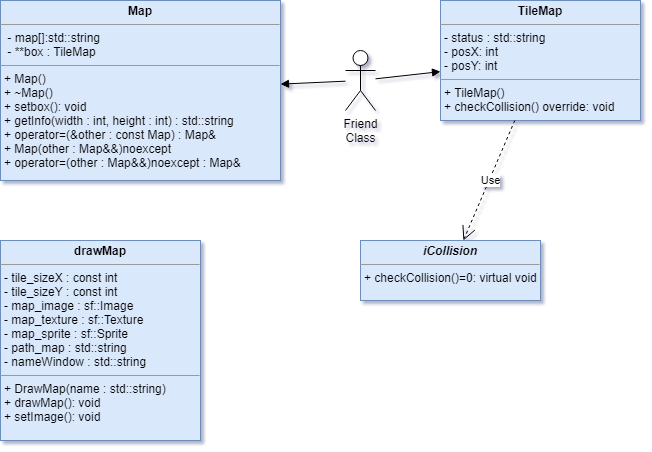
Before: Untitled Diagram.drawio.png, a diagram exported from draw.io (BrodyWar/decqoort). Source tidied: cells renumbered, new cells last; positions are measured from the earlier drawing's top-left corner, leaving out a move shared by most shapes.
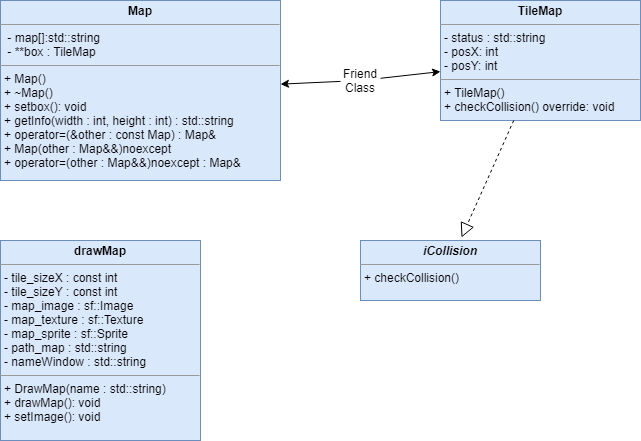
After the change.

The edit, as a diff of the source:
```diff
@@ -1,11 +1,11 @@
-<mxGraphModel shadow="1">
+<mxGraphModel>
   <root>
     <mxCell id="0" />
     <mxCell id="1" parent="0" />
     <mxCell id="2" value="&lt;p style=&quot;margin: 0px ; margin-top: 4px ; text-align: center&quot;&gt;&lt;b&gt;Map&lt;/b&gt;&lt;/p&gt;&lt;hr size=&quot;1&quot;&gt;&lt;p style=&quot;margin: 0px ; margin-left: 4px&quot;&gt;&lt;span&gt;&amp;nbsp;- map[]:std::string&lt;/span&gt;&lt;/p&gt;&lt;p style=&quot;margin: 0px ; margin-left: 4px&quot;&gt;&lt;span&gt;&amp;nbsp;- **box : TileMap&lt;/span&gt;&lt;br&gt;&lt;/p&gt;&lt;hr size=&quot;1&quot;&gt;&lt;p style=&quot;margin: 0px ; margin-left: 4px&quot;&gt;+ Map()&lt;/p&gt;&lt;p style=&quot;margin: 0px ; margin-left: 4px&quot;&gt;+ ~Map()&lt;/p&gt;&lt;p style=&quot;margin: 0px ; margin-left: 4px&quot;&gt;+ setbox(): void&lt;/p&gt;&lt;p style=&quot;margin: 0px ; margin-left: 4px&quot;&gt;+ getInfo(width : int, height : int) : std::string&lt;/p&gt;&lt;p style=&quot;margin: 0px ; margin-left: 4px&quot;&gt;+ operator=(&amp;amp;other : const Map) : Map&amp;amp;&lt;/p&gt;&lt;p style=&quot;margin: 0px ; margin-left: 4px&quot;&gt;+ Map(other : Map&amp;amp;&amp;amp;)noexcept&lt;/p&gt;&lt;p style=&quot;margin: 0px ; margin-left: 4px&quot;&gt;+ operator=(other : Map&amp;amp;&amp;amp;)noexcept : Map&amp;amp;&lt;/p&gt;" style="verticalAlign=top;align=left;overflow=fill;fontSize=12;fontFamily=Helvetica;html=1;fillColor=#dae8fc;strokeColor=#6c8ebf;" parent="1" vertex="1">
       <mxGeometry width="280" height="180" as="geometry" />
     </mxCell>
-    <mxCell id="3" value="&lt;p style=&quot;margin: 0px ; margin-top: 4px ; text-align: center&quot;&gt;&lt;b&gt;&lt;i&gt;iCollision&lt;/i&gt;&lt;/b&gt;&lt;/p&gt;&lt;hr size=&quot;1&quot;&gt;&lt;p style=&quot;margin: 0px ; margin-left: 4px&quot;&gt;+ checkCollision()=0: virtual void&lt;/p&gt;" style="verticalAlign=top;align=left;overflow=fill;fontSize=12;fontFamily=Helvetica;html=1;fillColor=#dae8fc;strokeColor=#6c8ebf;" parent="1" vertex="1">
+    <mxCell id="3" value="&lt;p style=&quot;margin: 0px ; margin-top: 4px ; text-align: center&quot;&gt;&lt;b&gt;&lt;i&gt;iCollision&lt;/i&gt;&lt;/b&gt;&lt;/p&gt;&lt;hr size=&quot;1&quot;&gt;&lt;p style=&quot;margin: 0px ; margin-left: 4px&quot;&gt;+ checkCollision()&lt;/p&gt;" style="verticalAlign=top;align=left;overflow=fill;fontSize=12;fontFamily=Helvetica;html=1;fillColor=#dae8fc;strokeColor=#6c8ebf;" parent="1" vertex="1">
       <mxGeometry x="360" y="240" width="180" height="60" as="geometry" />
     </mxCell>
     <mxCell id="4" value="&lt;p style=&quot;margin: 0px ; margin-top: 4px ; text-align: center&quot;&gt;&lt;b&gt;drawMap&lt;/b&gt;&lt;/p&gt;&lt;hr size=&quot;1&quot;&gt;&lt;p style=&quot;margin: 0px ; margin-left: 4px&quot;&gt;- tile_sizeX : const int&lt;/p&gt;&lt;p style=&quot;margin: 0px ; margin-left: 4px&quot;&gt;- tile_sizeY : const int&lt;/p&gt;&lt;p style=&quot;margin: 0px ; margin-left: 4px&quot;&gt;- map_image : sf::Image&lt;/p&gt;&lt;p style=&quot;margin: 0px ; margin-left: 4px&quot;&gt;&lt;span&gt;- map_texture : sf::Texture&lt;/span&gt;&lt;/p&gt;&lt;p style=&quot;margin: 0px ; margin-left: 4px&quot;&gt;- map_sprite : sf::Sprite&lt;/p&gt;&lt;p style=&quot;margin: 0px ; margin-left: 4px&quot;&gt;- path_map : std::string&lt;/p&gt;&lt;p style=&quot;margin: 0px ; margin-left: 4px&quot;&gt;- nameWindow : std::string&lt;/p&gt;&lt;hr size=&quot;1&quot;&gt;&lt;p style=&quot;margin: 0px ; margin-left: 4px&quot;&gt;+ DrawMap(name : std::string)&lt;/p&gt;&lt;p style=&quot;margin: 0px ; margin-left: 4px&quot;&gt;+ drawMap(): void&lt;/p&gt;&lt;p style=&quot;margin: 0px ; margin-left: 4px&quot;&gt;+ setImage(): void&lt;/p&gt;" style="verticalAlign=top;align=left;overflow=fill;fontSize=12;fontFamily=Helvetica;html=1;fillColor=#dae8fc;strokeColor=#6c8ebf;" parent="1" vertex="1">
@@ -14,17 +14,17 @@
     <mxCell id="5" value="&lt;p style=&quot;margin: 0px ; margin-top: 4px ; text-align: center&quot;&gt;&lt;b&gt;TileMap&lt;/b&gt;&lt;/p&gt;&lt;hr size=&quot;1&quot;&gt;&lt;p style=&quot;margin: 0px ; margin-left: 4px&quot;&gt;- status : std::string&lt;/p&gt;&lt;p style=&quot;margin: 0px ; margin-left: 4px&quot;&gt;- posX: int&lt;/p&gt;&lt;p style=&quot;margin: 0px ; margin-left: 4px&quot;&gt;- posY: int&lt;/p&gt;&lt;hr size=&quot;1&quot;&gt;&lt;p style=&quot;margin: 0px ; margin-left: 4px&quot;&gt;+ TileMap()&lt;/p&gt;&lt;p style=&quot;margin: 0px ; margin-left: 4px&quot;&gt;+ checkCollision() override: void&lt;/p&gt;" style="verticalAlign=top;align=left;overflow=fill;fontSize=12;fontFamily=Helvetica;html=1;fillColor=#dae8fc;strokeColor=#6c8ebf;" parent="1" vertex="1">
       <mxGeometry x="440" width="200" height="120" as="geometry" />
     </mxCell>
-    <mxCell id="6" value="Use" style="endArrow=open;endSize=12;dashed=1;html=1;" parent="1" edge="1" source="5" target="3">
-      <mxGeometry x="-0.01" y="1" relative="1" as="geometry" />
-    </mxCell>
-    <mxCell id="7" style="endArrow=block;startArrow=none;endFill=1;startFill=1;html=1;" parent="1" edge="1" source="8" target="5">
+    <mxCell id="7" style="endArrow=classic;startArrow=none;html=1;" parent="1" edge="1" source="8" target="5">
       <mxGeometry relative="1" as="geometry" />
     </mxCell>
-    <mxCell id="8" value="Friend&lt;br&gt;Class&lt;br&gt;" style="shape=umlActor;verticalLabelPosition=bottom;verticalAlign=top;html=1;" parent="1" vertex="1">
-      <mxGeometry x="345" y="50" width="30" height="60" as="geometry" />
+    <mxCell id="8" value="Friend&lt;br&gt;Class" style="text;html=1;strokeColor=none;fillColor=none;align=center;verticalAlign=middle;whiteSpace=wrap;rounded=0;" parent="1" vertex="1">
+      <mxGeometry x="340" y="70" width="40" height="20" as="geometry" />
     </mxCell>
-    <mxCell id="9" style="endArrow=none;startArrow=block;endFill=1;startFill=1;html=1;" parent="1" edge="1" source="2" target="8">
+    <mxCell id="9" style="endArrow=none;startArrow=classic;html=1;" parent="1" edge="1" source="2" target="8">
       <mxGeometry relative="1" as="geometry" />
     </mxCell>
+    <mxCell id="6" style="endArrow=block;dashed=1;endFill=0;endSize=12;html=1;entryX=0.561;entryY=-0.05;entryDx=0;entryDy=0;entryPerimeter=0;" parent="1" edge="1" source="5" target="3">
+      <mxGeometry relative="1" as="geometry" />
+    </mxCell>
   </root>
 </mxGraphModel>
```
